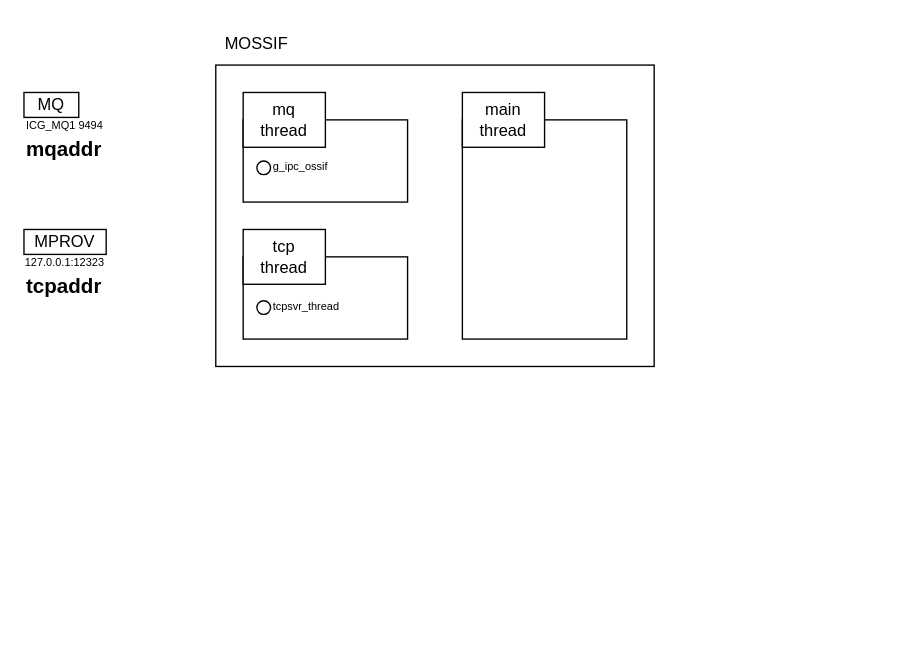
This is MOSSIF.drawio from JaeHyeon774/NEWTIL, a draw.io file, before an edit. Source tidied: cells renumbered, new cells numbered last; positions are measured from the earlier drawing's top-left corner, leaving out a move shared by most shapes. Both pictures are drawn from the tidied source at 137%, with x=0, y=0 at pixel (23, 23).
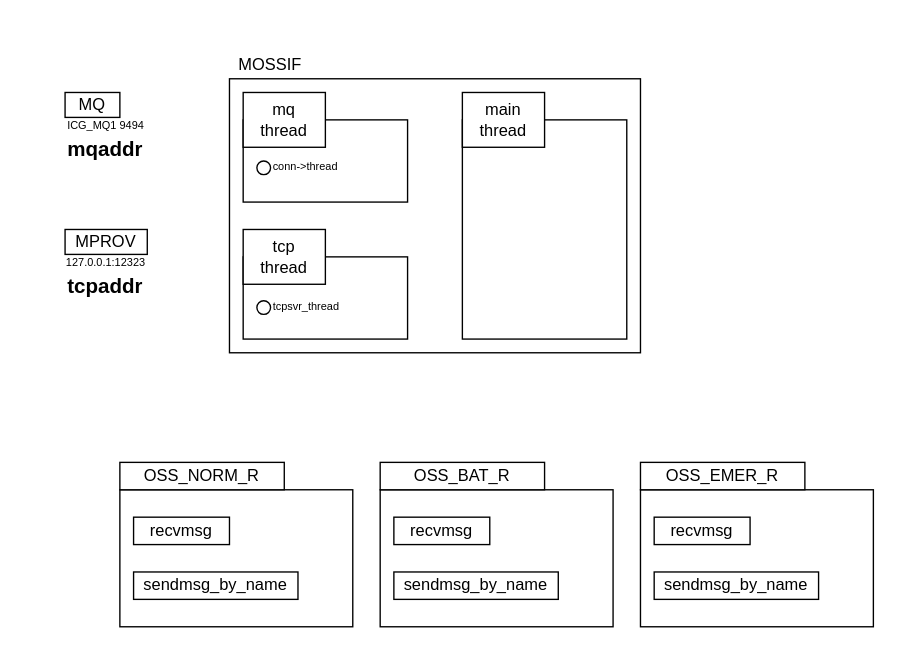
The same page after the edit.

The change refers to these unchanged cells:
```xml
<mxCell id="9" style="group;" parent="1" vertex="1">
  <mxGeometry x="170" y="98" width="70" height="12" as="geometry" />
</mxCell>
```

What changed in the source:
```diff
@@
+    <mxCell id="23" style="rounded=0;whiteSpace=wrap;html=1;" parent="1" vertex="1">
+      <mxGeometry x="70" y="340" width="170" height="100" as="geometry" />
+    </mxCell>
+    <mxCell id="24" style="rounded=0;whiteSpace=wrap;html=1;" parent="1" vertex="1">
+      <mxGeometry x="450" y="340" width="170" height="100" as="geometry" />
+    </mxCell>
+    <mxCell id="25" style="rounded=0;whiteSpace=wrap;html=1;" parent="1" vertex="1">
+      <mxGeometry x="260" y="340" width="170" height="100" as="geometry" />
+    </mxCell>
     <mxCell id="2" style="rounded=0;whiteSpace=wrap;html=1;" parent="1" vertex="1">
-      <mxGeometry x="140" y="30" width="320" height="220" as="geometry" />
+      <mxGeometry x="150" y="40" width="300" height="200" as="geometry" />
     </mxCell>
@@
-    <mxCell id="11" value="&lt;font style=&quot;font-size: 8px;&quot;&gt;g_ipc_ossif&lt;/font&gt;" style="text;html=1;align=left;verticalAlign=middle;whiteSpace=wrap;rounded=0;" parent="9" vertex="1">
+    <mxCell id="11" value="&lt;font style=&quot;font-size: 8px;&quot;&gt;conn-&amp;gt;thread&lt;/font&gt;" style="text;html=1;align=left;verticalAlign=middle;whiteSpace=wrap;rounded=0;" parent="9" vertex="1">
       <mxGeometry x="10" width="60" height="10" as="geometry" />
     </mxCell>
     <mxCell id="12" value="MOSSIF" style="text;html=1;align=center;verticalAlign=middle;whiteSpace=wrap;rounded=0;" parent="1" vertex="1">
-      <mxGeometry x="140" width="60" height="30" as="geometry" />
+      <mxGeometry x="150" y="20" width="60" height="20" as="geometry" />
     </mxCell>
     <mxCell id="13" style="group;" parent="1" vertex="1">
-      <mxGeometry y="150" width="120" height="100" as="geometry" />
+      <mxGeometry x="30" y="150" width="120" height="100" as="geometry" />
     </mxCell>
@@
     <mxCell id="17" style="group;" parent="1" vertex="1">
-      <mxGeometry y="50" width="120" height="100" as="geometry" />
+      <mxGeometry x="30" y="50" width="120" height="100" as="geometry" />
     </mxCell>
@@
+    <mxCell id="26" value="OSS_NORM_R" style="rounded=0;whiteSpace=wrap;html=1;" parent="1" vertex="1">
+      <mxGeometry x="70" y="320" width="120" height="20" as="geometry" />
+    </mxCell>
+    <mxCell id="27" value="OSS_EMER_R" style="rounded=0;whiteSpace=wrap;html=1;" parent="1" vertex="1">
+      <mxGeometry x="450" y="320" width="120" height="20" as="geometry" />
+    </mxCell>
+    <mxCell id="28" value="OSS_BAT_R" style="rounded=0;whiteSpace=wrap;html=1;" parent="1" vertex="1">
+      <mxGeometry x="260" y="320" width="120" height="20" as="geometry" />
+    </mxCell>
+    <mxCell id="29" value="sendmsg_by_name" style="rounded=0;whiteSpace=wrap;html=1;" parent="1" vertex="1">
+      <mxGeometry x="80" y="400" width="120" height="20" as="geometry" />
+    </mxCell>
+    <mxCell id="30" value="recvmsg" style="rounded=0;whiteSpace=wrap;html=1;" parent="1" vertex="1">
+      <mxGeometry x="80" y="360" width="70" height="20" as="geometry" />
+    </mxCell>
+    <mxCell id="31" value="sendmsg_by_name" style="rounded=0;whiteSpace=wrap;html=1;" parent="1" vertex="1">
+      <mxGeometry x="270" y="400" width="120" height="20" as="geometry" />
+    </mxCell>
+    <mxCell id="32" value="recvmsg" style="rounded=0;whiteSpace=wrap;html=1;" parent="1" vertex="1">
+      <mxGeometry x="270" y="360" width="70" height="20" as="geometry" />
+    </mxCell>
+    <mxCell id="33" value="sendmsg_by_name" style="rounded=0;whiteSpace=wrap;html=1;" parent="1" vertex="1">
+      <mxGeometry x="460" y="400" width="120" height="20" as="geometry" />
+    </mxCell>
+    <mxCell id="34" value="recvmsg" style="rounded=0;whiteSpace=wrap;html=1;" parent="1" vertex="1">
+      <mxGeometry x="460" y="360" width="70" height="20" as="geometry" />
+    </mxCell>
```
